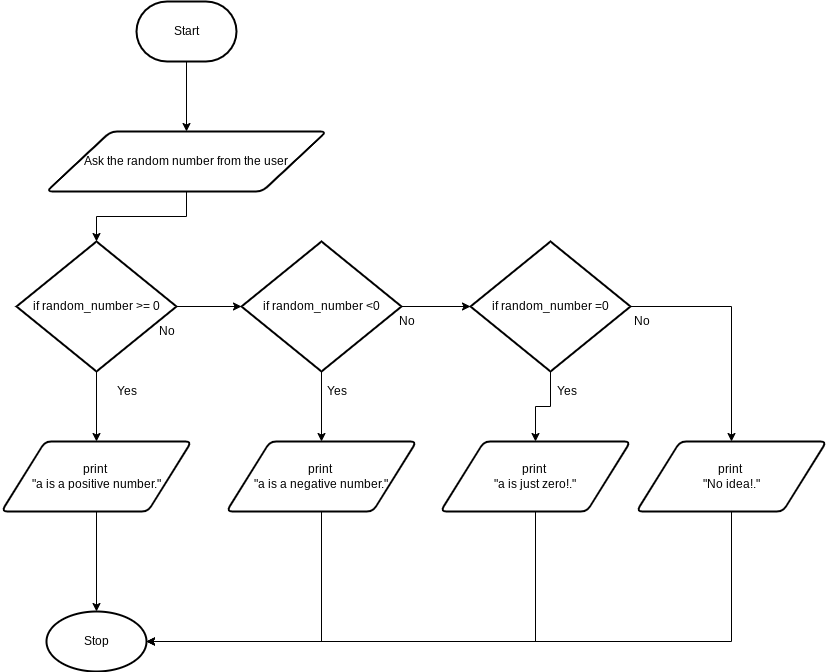
Before: Flow chart.png, a diagram exported from draw.io (huihangisaac-ho/ICS3U-Unit3-04-Python). Source tidied: cells renumbered, new cells last; positions are measured from the earlier drawing's top-left corner, leaving out a move shared by most shapes.
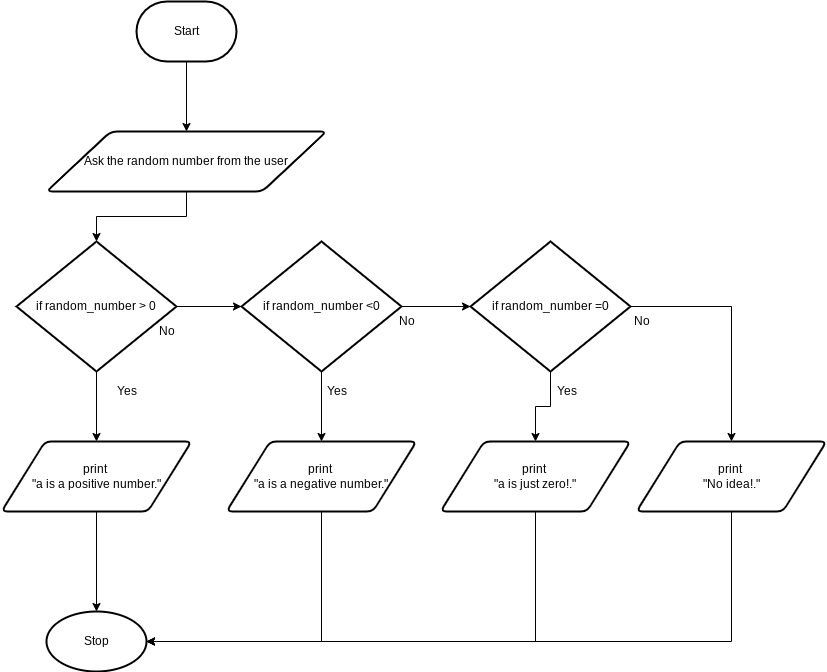
The same file after the commit.

Change to the diagram source:
```diff
@@ -11,7 +11,7 @@
     <mxCell id="4" style="edgeStyle=orthogonalEdgeStyle;rounded=0;html=1;exitX=1;exitY=0.5;exitDx=0;exitDy=0;exitPerimeter=0;entryX=0;entryY=0.5;entryDx=0;entryDy=0;entryPerimeter=0;" parent="1" edge="1" source="5" target="10">
       <mxGeometry relative="1" as="geometry" />
     </mxCell>
-    <mxCell id="5" value="if random_number &amp;gt;= 0" style="strokeWidth=2;html=1;shape=mxgraph.flowchart.decision;whiteSpace=wrap;" parent="1" vertex="1">
+    <mxCell id="5" value="if random_number &amp;gt; 0" style="strokeWidth=2;html=1;shape=mxgraph.flowchart.decision;whiteSpace=wrap;" parent="1" vertex="1">
       <mxGeometry x="15" y="240" width="160" height="130" as="geometry" />
     </mxCell>
     <mxCell id="6" style="edgeStyle=orthogonalEdgeStyle;rounded=0;html=1;exitX=0.5;exitY=1;exitDx=0;exitDy=0;entryX=0.5;entryY=0;entryDx=0;entryDy=0;entryPerimeter=0;" parent="1" edge="1" source="7">
```
